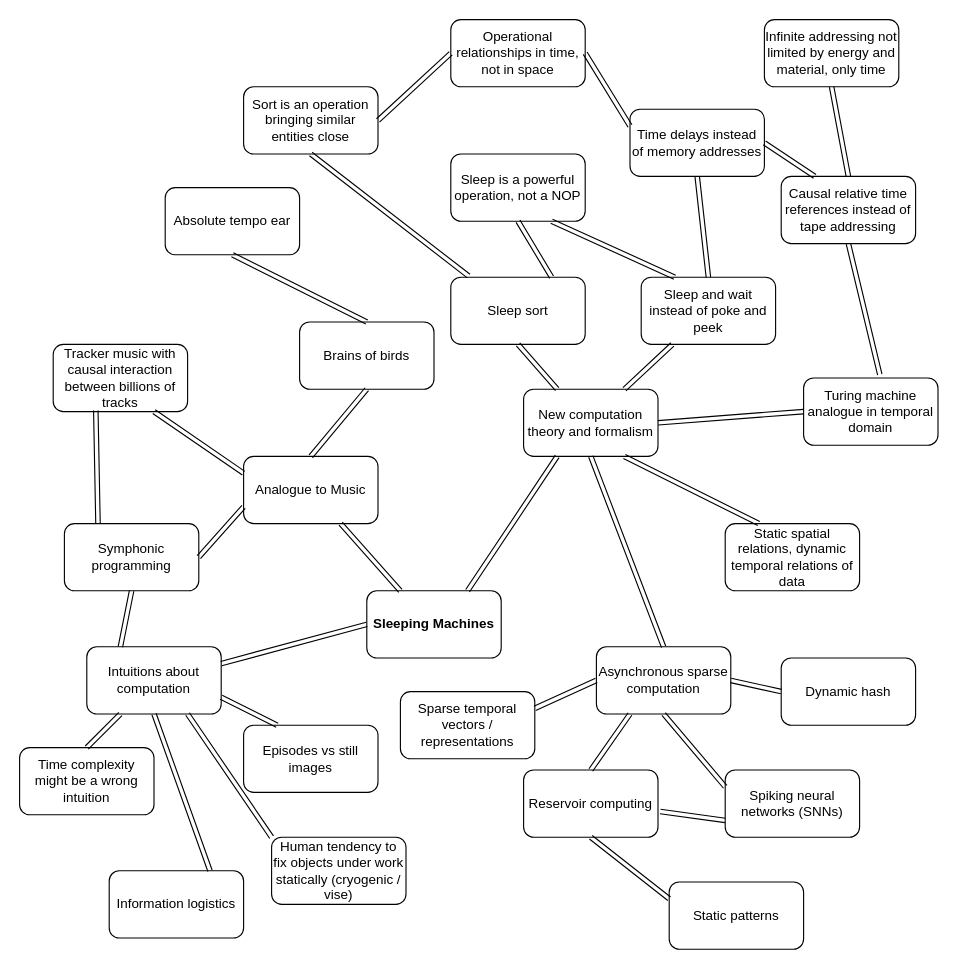
Above: sleeping_machines.drawio in keskival/sleeping_machines (draw.io), before the change. Source tidied: cells renumbered, new cells numbered last; positions are measured from the earlier drawing's top-left corner, leaving out a move shared by most shapes. Both pictures are drawn from the tidied source at 112%, with x=0, y=0 at pixel (19, 19).
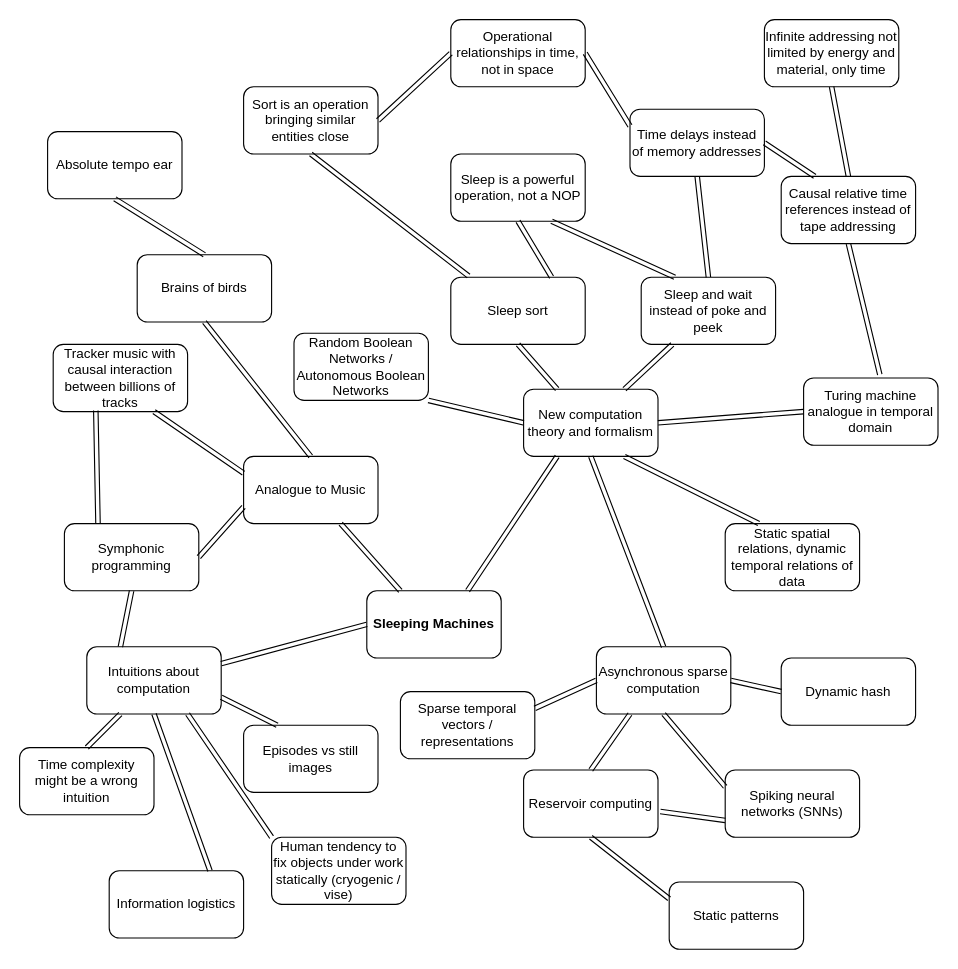
Above is the later version.

Unchanged cells that the change refers to:
```xml
<mxCell id="7" value="New computation theory and formalism" style="rounded=1;whiteSpace=wrap;html=1;" parent="1" vertex="1">
  <mxGeometry x="450" y="330" width="120" height="60" as="geometry" />
</mxCell>
```

Diff of the diagram source:
```diff
@@
     <mxCell id="4" value="Brains of birds" style="rounded=1;whiteSpace=wrap;html=1;" parent="1" vertex="1">
-      <mxGeometry x="250" y="270" width="120" height="60" as="geometry" />
+      <mxGeometry x="105" y="210" width="120" height="60" as="geometry" />
     </mxCell>
     <mxCell id="5" value="Absolute tempo ear" style="rounded=1;whiteSpace=wrap;html=1;" parent="1" vertex="1">
-      <mxGeometry x="130" y="150" width="120" height="60" as="geometry" />
+      <mxGeometry x="25" y="100" width="120" height="60" as="geometry" />
     </mxCell>
@@
+    <mxCell id="63" value="Random Boolean Networks / Autonomous Boolean Networks" style="rounded=1;whiteSpace=wrap;html=1;" parent="1" vertex="1">
+      <mxGeometry x="245" y="280" width="120" height="60" as="geometry" />
+    </mxCell>
+    <mxCell id="64" style="shape=link;html=1;entryX=0;entryY=0.5;entryDx=0;entryDy=0;exitX=1;exitY=1;exitDx=0;exitDy=0;" parent="1" edge="1" source="63" target="7">
+      <mxGeometry relative="1" as="geometry" />
+    </mxCell>
```
